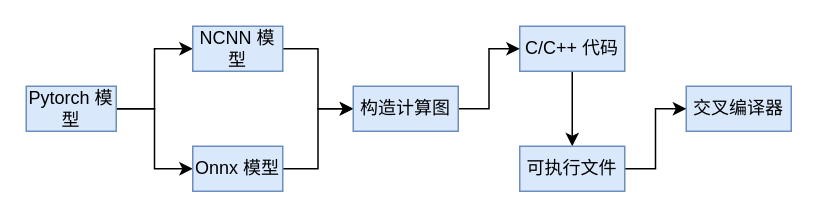
Above: dl_compiler.drawio in foreignbill/drawio (draw.io), before the change. Source tidied: cells renumbered, new cells numbered last; positions are measured from the earlier drawing's top-left corner, leaving out a move shared by most shapes. Both pictures are drawn from the tidied source at 150%, with x=0, y=0 at pixel (26, 26).
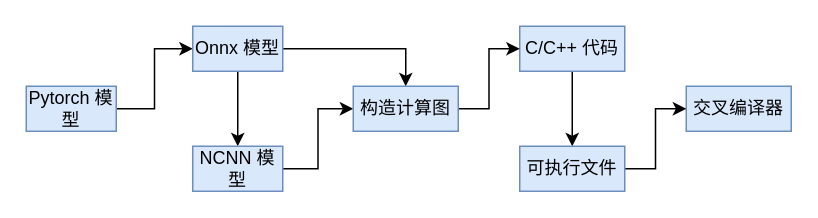
Above is the later version.

The edit, as a diff of the source:
```diff
@@
 <mxGraphModel>
   <root>
     <mxCell id="0" />
     <mxCell id="1" parent="0" />
-    <mxCell id="2" style="edgeStyle=orthogonalEdgeStyle;rounded=0;jettySize=auto;html=1;exitX=1;exitY=0.5;exitDx=0;exitDy=0;entryX=0;entryY=0.5;entryDx=0;entryDy=0;" parent="1" edge="1" source="4" target="8">
-      <mxGeometry relative="1" as="geometry" />
-    </mxCell>
     <mxCell id="3" style="edgeStyle=orthogonalEdgeStyle;rounded=0;jettySize=auto;html=1;exitX=1;exitY=0.5;exitDx=0;exitDy=0;entryX=0;entryY=0.5;entryDx=0;entryDy=0;" parent="1" edge="1" source="4" target="6">
       <mxGeometry relative="1" as="geometry" />
     </mxCell>
     <mxCell id="4" value="Pytorch 模型" style="rounded=0;whiteSpace=wrap;html=1;fillColor=#dae8fc;strokeColor=#6c8ebf;" parent="1" vertex="1">
       <mxGeometry y="40" width="60" height="30" as="geometry" />
     </mxCell>
+    <mxCell id="16" style="edgeStyle=orthogonalEdgeStyle;rounded=0;jettySize=auto;html=1;exitX=0.5;exitY=1;exitDx=0;exitDy=0;entryX=0.5;entryY=0;entryDx=0;entryDy=0;" parent="1" edge="1" source="6" target="8">
+      <mxGeometry relative="1" as="geometry" />
+    </mxCell>
-    <mxCell id="5" style="edgeStyle=orthogonalEdgeStyle;rounded=0;jettySize=auto;html=1;exitX=1;exitY=0.5;exitDx=0;exitDy=0;entryX=0;entryY=0.5;entryDx=0;entryDy=0;" parent="1" edge="1" source="6" target="15">
+    <mxCell id="5" style="edgeStyle=orthogonalEdgeStyle;rounded=0;jettySize=auto;html=1;exitX=1;exitY=0.5;exitDx=0;exitDy=0;entryX=0.5;entryY=0;entryDx=0;entryDy=0;" parent="1" edge="1" source="6" target="15">
       <mxGeometry relative="1" as="geometry" />
     </mxCell>
     <mxCell id="6" value="Onnx 模型" style="rounded=0;whiteSpace=wrap;html=1;fillColor=#dae8fc;strokeColor=#6c8ebf;" parent="1" vertex="1">
-      <mxGeometry x="111" y="80" width="60" height="30" as="geometry" />
+      <mxGeometry x="111" width="60" height="30" as="geometry" />
     </mxCell>
     <mxCell id="7" style="edgeStyle=orthogonalEdgeStyle;rounded=0;jettySize=auto;html=1;exitX=1;exitY=0.5;exitDx=0;exitDy=0;entryX=0;entryY=0.5;entryDx=0;entryDy=0;" parent="1" edge="1" source="8" target="15">
       <mxGeometry relative="1" as="geometry" />
     </mxCell>
     <mxCell id="8" value="NCNN 模型" style="rounded=0;whiteSpace=wrap;html=1;fillColor=#dae8fc;strokeColor=#6c8ebf;" parent="1" vertex="1">
-      <mxGeometry x="111" width="60" height="30" as="geometry" />
+      <mxGeometry x="111" y="80" width="60" height="30" as="geometry" />
     </mxCell>
     <mxCell id="9" style="edgeStyle=orthogonalEdgeStyle;rounded=0;jettySize=auto;html=1;exitX=0.5;exitY=1;exitDx=0;exitDy=0;" parent="1" edge="1" source="10" target="13">
       <mxGeometry relative="1" as="geometry" />
     </mxCell>
     <mxCell id="10" value="C/C++ 代码" style="rounded=0;whiteSpace=wrap;html=1;fillColor=#dae8fc;strokeColor=#6c8ebf;" parent="1" vertex="1">
       <mxGeometry x="329" width="70" height="30" as="geometry" />
     </mxCell>
     <mxCell id="11" value="交叉编译器" style="rounded=0;whiteSpace=wrap;html=1;fillColor=#dae8fc;strokeColor=#6c8ebf;" parent="1" vertex="1">
       <mxGeometry x="440" y="40" width="70" height="30" as="geometry" />
     </mxCell>
     <mxCell id="12" style="edgeStyle=orthogonalEdgeStyle;rounded=0;jettySize=auto;html=1;entryX=0;entryY=0.5;entryDx=0;entryDy=0;" parent="1" edge="1" source="13" target="11">
       <mxGeometry relative="1" as="geometry" />
     </mxCell>
     <mxCell id="13" value="可执行文件" style="rounded=0;whiteSpace=wrap;html=1;fillColor=#dae8fc;strokeColor=#6c8ebf;" parent="1" vertex="1">
       <mxGeometry x="329" y="80" width="70" height="30" as="geometry" />
     </mxCell>
     <mxCell id="14" style="edgeStyle=orthogonalEdgeStyle;rounded=0;jettySize=auto;html=1;exitX=1;exitY=0.5;exitDx=0;exitDy=0;entryX=0;entryY=0.5;entryDx=0;entryDy=0;" parent="1" edge="1" source="15" target="10">
       <mxGeometry relative="1" as="geometry" />
     </mxCell>
     <mxCell id="15" value="构造计算图" style="rounded=0;whiteSpace=wrap;html=1;fillColor=#dae8fc;strokeColor=#6c8ebf;" parent="1" vertex="1">
       <mxGeometry x="218" y="40" width="70" height="30" as="geometry" />
     </mxCell>
   </root>
 </mxGraphModel>
```
